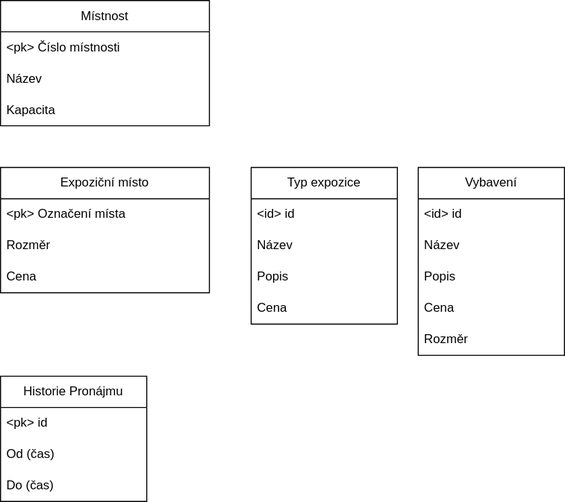
The draw.io diagram Galerie_Projekt/Galerie_Projekt.drawio.svg in adstrafe/IUS, before a commit. Source tidied: cells renumbered, new cells last; positions are measured from the earlier drawing's top-left corner, leaving out a move shared by most shapes.
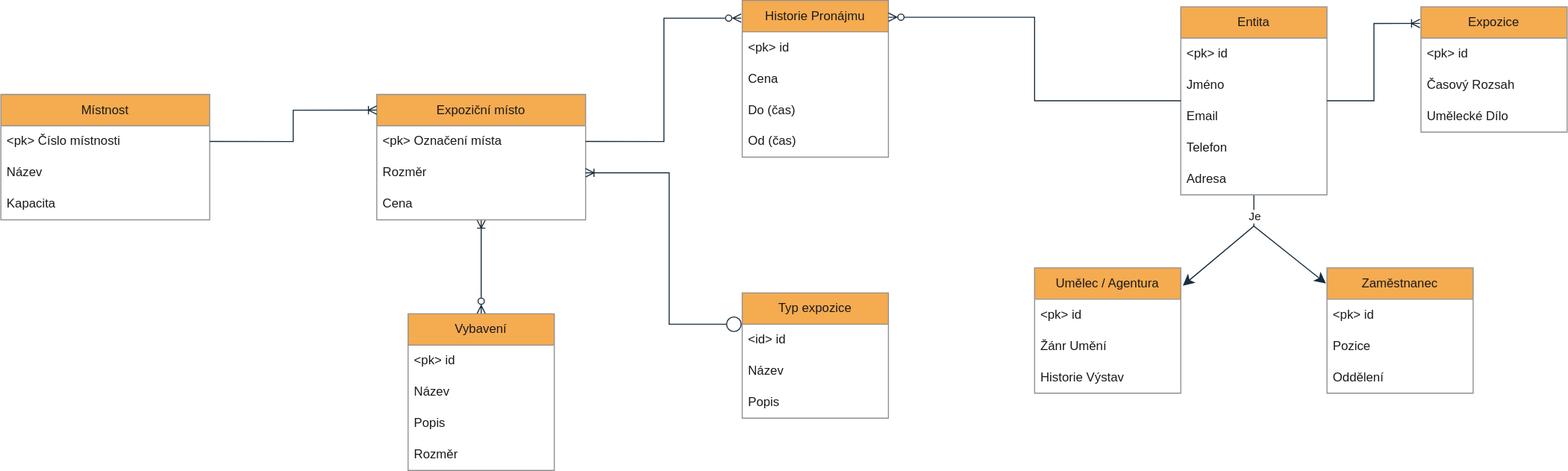
After the commit.

The edit, as a diff of the source:
```diff
@@ -2,74 +2,166 @@
   <root>
     <mxCell id="0" />
     <mxCell id="1" parent="0" />
-    <mxCell id="2" value="Místnost" style="swimlane;fontStyle=0;horizontal=1;startSize=30;whiteSpace=wrap;html=1;" parent="1" vertex="1">
-      <mxGeometry width="200" height="120" as="geometry" />
+    <mxCell id="2" value="Místnost" style="swimlane;fontStyle=0;horizontal=1;startSize=30;whiteSpace=wrap;html=1;labelBackgroundColor=none;fillColor=#F5AB50;strokeColor=#909090;fontColor=#1A1A1A;" parent="1" vertex="1">
+      <mxGeometry x="-840" y="403.9" width="200" height="120" as="geometry" />
     </mxCell>
-    <mxCell id="3" value="&amp;lt;pk&amp;gt; Číslo místnosti" style="text;strokeColor=none;fillColor=none;align=left;verticalAlign=middle;spacingLeft=4;spacingRight=4;overflow=hidden;points=[[0,0.5],[1,0.5]];portConstraint=eastwest;whiteSpace=wrap;html=1;" parent="2" vertex="1">
+    <mxCell id="3" value="&amp;lt;pk&amp;gt; Číslo místnosti" style="text;strokeColor=none;fillColor=none;align=left;verticalAlign=middle;spacingLeft=4;spacingRight=4;overflow=hidden;points=[[0,0.5],[1,0.5]];portConstraint=eastwest;whiteSpace=wrap;html=1;labelBackgroundColor=none;fontColor=#1A1A1A;" parent="2" vertex="1">
       <mxGeometry y="30" width="200" height="30" as="geometry" />
     </mxCell>
-    <mxCell id="4" value="Název" style="text;strokeColor=none;fillColor=none;align=left;verticalAlign=middle;spacingLeft=4;spacingRight=4;overflow=hidden;whiteSpace=wrap;html=1;" parent="2" vertex="1">
+    <mxCell id="4" value="Název" style="text;strokeColor=none;fillColor=none;align=left;verticalAlign=middle;spacingLeft=4;spacingRight=4;overflow=hidden;whiteSpace=wrap;html=1;labelBackgroundColor=none;fontColor=#1A1A1A;" parent="2" vertex="1">
       <mxGeometry y="60" width="200" height="30" as="geometry" />
     </mxCell>
-    <mxCell id="5" value="Kapacita" style="text;strokeColor=none;fillColor=none;align=left;verticalAlign=middle;spacingLeft=4;spacingRight=4;overflow=hidden;whiteSpace=wrap;html=1;" parent="2" vertex="1">
+    <mxCell id="5" value="Kapacita" style="text;strokeColor=none;fillColor=none;align=left;verticalAlign=middle;spacingLeft=4;spacingRight=4;overflow=hidden;whiteSpace=wrap;html=1;labelBackgroundColor=none;fontColor=#1A1A1A;" parent="2" vertex="1">
       <mxGeometry y="90" width="200" height="30" as="geometry" />
     </mxCell>
+    <mxCell id="25" style="edgeStyle=orthogonalEdgeStyle;rounded=0;jettySize=auto;html=1;entryX=0.5;entryY=0;entryDx=0;entryDy=0;strokeColor=#182E3E;fontColor=#1A1A1A;startArrow=ERoneToMany;startFill=0;endArrow=ERzeroToMany;endFill=0;" parent="1" edge="1" source="6" target="15">
+      <mxGeometry relative="1" as="geometry" />
+    </mxCell>
-    <mxCell id="6" value="Expoziční místo" style="swimlane;fontStyle=0;horizontal=1;startSize=30;whiteSpace=wrap;html=1;" parent="1" vertex="1">
-      <mxGeometry y="160" width="200" height="120" as="geometry" />
+    <mxCell id="6" value="Expoziční místo" style="swimlane;fontStyle=0;horizontal=1;startSize=30;whiteSpace=wrap;html=1;labelBackgroundColor=none;fillColor=#F5AB50;strokeColor=#909090;fontColor=#1A1A1A;" parent="1" vertex="1">
+      <mxGeometry x="-480" y="403.9" width="200" height="120" as="geometry" />
     </mxCell>
-    <mxCell id="7" value="&amp;lt;pk&amp;gt; Označení místa" style="text;strokeColor=none;fillColor=none;align=left;verticalAlign=middle;spacingLeft=4;spacingRight=4;overflow=hidden;points=[[0,0.5],[1,0.5]];portConstraint=eastwest;whiteSpace=wrap;html=1;" parent="6" vertex="1">
+    <mxCell id="7" value="&amp;lt;pk&amp;gt; Označení místa" style="text;strokeColor=none;fillColor=none;align=left;verticalAlign=middle;spacingLeft=4;spacingRight=4;overflow=hidden;points=[[0,0.5],[1,0.5]];portConstraint=eastwest;whiteSpace=wrap;html=1;labelBackgroundColor=none;fontColor=#1A1A1A;" parent="6" vertex="1">
       <mxGeometry y="30" width="200" height="30" as="geometry" />
     </mxCell>
-    <mxCell id="8" value="Rozměr" style="text;strokeColor=none;fillColor=none;align=left;verticalAlign=middle;spacingLeft=4;spacingRight=4;overflow=hidden;points=[[0,0.5],[1,0.5]];portConstraint=eastwest;whiteSpace=wrap;html=1;" parent="6" vertex="1">
+    <mxCell id="8" value="Rozměr" style="text;strokeColor=none;fillColor=none;align=left;verticalAlign=middle;spacingLeft=4;spacingRight=4;overflow=hidden;points=[[0,0.5],[1,0.5]];portConstraint=eastwest;whiteSpace=wrap;html=1;labelBackgroundColor=none;fontColor=#1A1A1A;" parent="6" vertex="1">
       <mxGeometry y="60" width="200" height="30" as="geometry" />
     </mxCell>
-    <mxCell id="9" value="Cena" style="text;strokeColor=none;fillColor=none;align=left;verticalAlign=middle;spacingLeft=4;spacingRight=4;overflow=hidden;whiteSpace=wrap;html=1;" parent="6" vertex="1">
+    <mxCell id="9" value="Cena" style="text;strokeColor=none;fillColor=none;align=left;verticalAlign=middle;spacingLeft=4;spacingRight=4;overflow=hidden;whiteSpace=wrap;html=1;labelBackgroundColor=none;fontColor=#1A1A1A;" parent="6" vertex="1">
       <mxGeometry y="90" width="200" height="30" as="geometry" />
     </mxCell>
-    <mxCell id="10" value="Typ expozice" style="swimlane;fontStyle=0;horizontal=1;startSize=30;whiteSpace=wrap;html=1;" parent="1" vertex="1">
-      <mxGeometry x="240" y="160" width="140" height="150" as="geometry" />
+    <mxCell id="10" value="Typ expozice" style="swimlane;fontStyle=0;horizontal=1;startSize=30;whiteSpace=wrap;html=1;labelBackgroundColor=none;fillColor=#F5AB50;strokeColor=#909090;fontColor=#1A1A1A;" parent="1" vertex="1">
+      <mxGeometry x="-130" y="594" width="140" height="120" as="geometry" />
     </mxCell>
-    <mxCell id="11" value="&amp;lt;id&amp;gt; id" style="text;strokeColor=none;fillColor=none;align=left;verticalAlign=middle;spacingLeft=4;spacingRight=4;overflow=hidden;whiteSpace=wrap;html=1;" parent="10" vertex="1">
+    <mxCell id="11" value="&amp;lt;id&amp;gt; id" style="text;strokeColor=none;fillColor=none;align=left;verticalAlign=middle;spacingLeft=4;spacingRight=4;overflow=hidden;whiteSpace=wrap;html=1;labelBackgroundColor=none;fontColor=#1A1A1A;" parent="10" vertex="1">
       <mxGeometry y="30" width="140" height="30" as="geometry" />
     </mxCell>
-    <mxCell id="12" value="N&lt;span style=&quot;background-color: initial;&quot;&gt;ázev&lt;/span&gt;" style="text;strokeColor=none;fillColor=none;align=left;verticalAlign=middle;spacingLeft=4;spacingRight=4;overflow=hidden;whiteSpace=wrap;html=1;" parent="10" vertex="1">
+    <mxCell id="12" value="N&lt;span style=&quot;background-color: initial;&quot;&gt;ázev&lt;/span&gt;" style="text;strokeColor=none;fillColor=none;align=left;verticalAlign=middle;spacingLeft=4;spacingRight=4;overflow=hidden;whiteSpace=wrap;html=1;labelBackgroundColor=none;fontColor=#1A1A1A;" parent="10" vertex="1">
       <mxGeometry y="60" width="140" height="30" as="geometry" />
     </mxCell>
-    <mxCell id="13" value="Popis" style="text;strokeColor=none;fillColor=none;align=left;verticalAlign=middle;spacingLeft=4;spacingRight=4;overflow=hidden;whiteSpace=wrap;html=1;" parent="10" vertex="1">
+    <mxCell id="13" value="Popis" style="text;strokeColor=none;fillColor=none;align=left;verticalAlign=middle;spacingLeft=4;spacingRight=4;overflow=hidden;whiteSpace=wrap;html=1;labelBackgroundColor=none;fontColor=#1A1A1A;" parent="10" vertex="1">
       <mxGeometry y="90" width="140" height="30" as="geometry" />
     </mxCell>
-    <mxCell id="14" value="Cena" style="text;strokeColor=none;fillColor=none;align=left;verticalAlign=middle;spacingLeft=4;spacingRight=4;overflow=hidden;whiteSpace=wrap;html=1;" parent="10" vertex="1">
-      <mxGeometry y="120" width="140" height="30" as="geometry" />
-    </mxCell>
-    <mxCell id="15" value="Vybavení" style="swimlane;fontStyle=0;horizontal=1;startSize=30;whiteSpace=wrap;html=1;" parent="1" vertex="1">
-      <mxGeometry x="400" y="160" width="140" height="180" as="geometry" />
+    <mxCell id="15" value="Vybavení" style="swimlane;fontStyle=0;horizontal=1;startSize=30;whiteSpace=wrap;html=1;labelBackgroundColor=none;fillColor=#F5AB50;strokeColor=#909090;fontColor=#1A1A1A;" parent="1" vertex="1">
+      <mxGeometry x="-450" y="614" width="140" height="150" as="geometry" />
     </mxCell>
-    <mxCell id="16" value="&amp;lt;id&amp;gt; id" style="text;strokeColor=none;fillColor=none;align=left;verticalAlign=middle;spacingLeft=4;spacingRight=4;overflow=hidden;whiteSpace=wrap;html=1;" parent="15" vertex="1">
+    <mxCell id="16" value="&amp;lt;pk&amp;gt; id" style="text;strokeColor=none;fillColor=none;align=left;verticalAlign=middle;spacingLeft=4;spacingRight=4;overflow=hidden;whiteSpace=wrap;html=1;labelBackgroundColor=none;fontColor=#1A1A1A;" parent="15" vertex="1">
       <mxGeometry y="30" width="140" height="30" as="geometry" />
     </mxCell>
-    <mxCell id="17" value="Název" style="text;strokeColor=none;fillColor=none;align=left;verticalAlign=middle;spacingLeft=4;spacingRight=4;overflow=hidden;whiteSpace=wrap;html=1;" parent="15" vertex="1">
+    <mxCell id="17" value="Název" style="text;strokeColor=none;fillColor=none;align=left;verticalAlign=middle;spacingLeft=4;spacingRight=4;overflow=hidden;whiteSpace=wrap;html=1;labelBackgroundColor=none;fontColor=#1A1A1A;" parent="15" vertex="1">
       <mxGeometry y="60" width="140" height="30" as="geometry" />
     </mxCell>
-    <mxCell id="18" value="Popis" style="text;strokeColor=none;fillColor=none;align=left;verticalAlign=middle;spacingLeft=4;spacingRight=4;overflow=hidden;whiteSpace=wrap;html=1;" parent="15" vertex="1">
+    <mxCell id="18" value="Popis" style="text;strokeColor=none;fillColor=none;align=left;verticalAlign=middle;spacingLeft=4;spacingRight=4;overflow=hidden;whiteSpace=wrap;html=1;labelBackgroundColor=none;fontColor=#1A1A1A;" parent="15" vertex="1">
       <mxGeometry y="90" width="140" height="30" as="geometry" />
     </mxCell>
-    <mxCell id="19" value="Cena" style="text;strokeColor=none;fillColor=none;align=left;verticalAlign=middle;spacingLeft=4;spacingRight=4;overflow=hidden;whiteSpace=wrap;html=1;" parent="15" vertex="1">
-      <mxGeometry y="120" width="140" height="30" as="geometry" />
-    </mxCell>
-    <mxCell id="20" value="Rozměr" style="text;strokeColor=none;fillColor=none;align=left;verticalAlign=middle;spacingLeft=4;spacingRight=4;overflow=hidden;whiteSpace=wrap;html=1;" parent="15" vertex="1">
-      <mxGeometry y="150" width="140" height="30" as="geometry" />
+    <mxCell id="20" value="Rozměr" style="text;strokeColor=none;fillColor=none;align=left;verticalAlign=middle;spacingLeft=4;spacingRight=4;overflow=hidden;whiteSpace=wrap;html=1;labelBackgroundColor=none;fontColor=#1A1A1A;" parent="15" vertex="1">
+      <mxGeometry y="120" width="140" height="30" as="geometry" />
     </mxCell>
-    <mxCell id="21" value="Historie Pronájmu" style="swimlane;fontStyle=0;horizontal=1;startSize=30;whiteSpace=wrap;html=1;" parent="1" vertex="1">
-      <mxGeometry y="360" width="140" height="120" as="geometry" />
+    <mxCell id="21" value="Historie Pronájmu" style="swimlane;fontStyle=0;horizontal=1;startSize=30;whiteSpace=wrap;html=1;labelBackgroundColor=none;fillColor=#F5AB50;strokeColor=#909090;fontColor=#1A1A1A;" parent="1" vertex="1">
+      <mxGeometry x="-130" y="313.9" width="140" height="150" as="geometry" />
     </mxCell>
-    <mxCell id="22" value="&amp;lt;pk&amp;gt; id" style="text;strokeColor=none;fillColor=none;align=left;verticalAlign=middle;spacingLeft=4;spacingRight=4;overflow=hidden;whiteSpace=wrap;html=1;" parent="21" vertex="1">
+    <mxCell id="22" value="&amp;lt;pk&amp;gt; id" style="text;strokeColor=none;fillColor=none;align=left;verticalAlign=middle;spacingLeft=4;spacingRight=4;overflow=hidden;whiteSpace=wrap;html=1;labelBackgroundColor=none;fontColor=#1A1A1A;" parent="21" vertex="1">
       <mxGeometry y="30" width="140" height="30" as="geometry" />
     </mxCell>
+    <mxCell id="26" value="Cena" style="text;strokeColor=none;fillColor=none;align=left;verticalAlign=middle;spacingLeft=4;spacingRight=4;overflow=hidden;whiteSpace=wrap;html=1;labelBackgroundColor=none;fontColor=#1A1A1A;" parent="21" vertex="1">
+      <mxGeometry y="60" width="140" height="30" as="geometry" />
+    </mxCell>
+    <mxCell id="24" value="Do (čas)" style="text;strokeColor=none;fillColor=none;align=left;verticalAlign=middle;spacingLeft=4;spacingRight=4;overflow=hidden;whiteSpace=wrap;html=1;labelBackgroundColor=none;fontColor=#1A1A1A;" parent="21" vertex="1">
+      <mxGeometry y="90" width="140" height="30" as="geometry" />
+    </mxCell>
-    <mxCell id="23" value="Od (čas)" style="text;strokeColor=none;fillColor=none;align=left;verticalAlign=middle;spacingLeft=4;spacingRight=4;overflow=hidden;whiteSpace=wrap;html=1;" parent="21" vertex="1">
-      <mxGeometry y="60" width="140" height="30" as="geometry" />
+    <mxCell id="23" value="Od (čas)" style="text;strokeColor=none;fillColor=none;align=left;verticalAlign=middle;spacingLeft=4;spacingRight=4;overflow=hidden;whiteSpace=wrap;html=1;labelBackgroundColor=none;fontColor=#1A1A1A;" parent="21" vertex="1">
+      <mxGeometry y="120" width="140" height="30" as="geometry" />
     </mxCell>
-    <mxCell id="24" value="Do (čas)" style="text;strokeColor=none;fillColor=none;align=left;verticalAlign=middle;spacingLeft=4;spacingRight=4;overflow=hidden;whiteSpace=wrap;html=1;" parent="21" vertex="1">
-      <mxGeometry y="90" width="140" height="30" as="geometry" />
-    </mxCell>
+    <mxCell id="27" value="Umělec / Agentura" style="swimlane;fontStyle=0;horizontal=1;startSize=30;whiteSpace=wrap;html=1;labelBackgroundColor=none;fillColor=#F5AB50;strokeColor=#909090;fontColor=#1A1A1A;" parent="1" vertex="1">
+      <mxGeometry x="150" y="570" width="140" height="120" as="geometry" />
+    </mxCell>
+    <mxCell id="28" value="&amp;lt;pk&amp;gt; id" style="text;strokeColor=none;fillColor=none;align=left;verticalAlign=middle;spacingLeft=4;spacingRight=4;overflow=hidden;whiteSpace=wrap;html=1;labelBackgroundColor=none;fontColor=#1A1A1A;" parent="27" vertex="1">
+      <mxGeometry y="30" width="140" height="30" as="geometry" />
+    </mxCell>
+    <mxCell id="29" value="Žánr Umění" style="text;strokeColor=none;fillColor=none;align=left;verticalAlign=middle;spacingLeft=4;spacingRight=4;overflow=hidden;whiteSpace=wrap;html=1;labelBackgroundColor=none;fontColor=#1A1A1A;" parent="27" vertex="1">
+      <mxGeometry y="60" width="140" height="30" as="geometry" />
+    </mxCell>
+    <mxCell id="30" value="Historie Výstav" style="text;strokeColor=none;fillColor=none;align=left;verticalAlign=middle;spacingLeft=4;spacingRight=4;overflow=hidden;whiteSpace=wrap;html=1;labelBackgroundColor=none;fontColor=#1A1A1A;" parent="27" vertex="1">
+      <mxGeometry y="90" width="140" height="30" as="geometry" />
+    </mxCell>
+    <mxCell id="31" value="Zaměstnanec" style="swimlane;fontStyle=0;horizontal=1;startSize=30;whiteSpace=wrap;html=1;labelBackgroundColor=none;fillColor=#F5AB50;strokeColor=#909090;fontColor=#1A1A1A;" parent="1" vertex="1">
+      <mxGeometry x="430" y="570" width="140" height="120" as="geometry" />
+    </mxCell>
+    <mxCell id="32" value="&amp;lt;pk&amp;gt; id" style="text;strokeColor=none;fillColor=none;align=left;verticalAlign=middle;spacingLeft=4;spacingRight=4;overflow=hidden;whiteSpace=wrap;html=1;labelBackgroundColor=none;fontColor=#1A1A1A;" parent="31" vertex="1">
+      <mxGeometry y="30" width="140" height="30" as="geometry" />
+    </mxCell>
+    <mxCell id="33" value="Pozice" style="text;strokeColor=none;fillColor=none;align=left;verticalAlign=middle;spacingLeft=4;spacingRight=4;overflow=hidden;whiteSpace=wrap;html=1;labelBackgroundColor=none;fontColor=#1A1A1A;" parent="31" vertex="1">
+      <mxGeometry y="60" width="140" height="30" as="geometry" />
+    </mxCell>
+    <mxCell id="34" value="Oddělení" style="text;strokeColor=none;fillColor=none;align=left;verticalAlign=middle;spacingLeft=4;spacingRight=4;overflow=hidden;whiteSpace=wrap;html=1;labelBackgroundColor=none;fontColor=#1A1A1A;" parent="31" vertex="1">
+      <mxGeometry y="90" width="140" height="30" as="geometry" />
+    </mxCell>
+    <mxCell id="35" style="edgeStyle=orthogonalEdgeStyle;rounded=0;jettySize=auto;html=1;strokeColor=#182E3E;fontColor=#1A1A1A;endArrow=none;endFill=0;" parent="1" edge="1" source="37">
+      <mxGeometry relative="1" as="geometry">
+        <mxPoint x="360" y="530" as="targetPoint" />
+      </mxGeometry>
+    </mxCell>
+    <mxCell id="36" value="Je" style="edgeLabel;html=1;align=center;verticalAlign=middle;strokeColor=#909090;fontColor=#1A1A1A;fillColor=#F5AB50;" parent="35" vertex="1">
+      <mxGeometry x="0.41" relative="1" as="geometry">
+        <mxPoint y="-1" as="offset" />
+      </mxGeometry>
+    </mxCell>
+    <mxCell id="37" value="Entita" style="swimlane;fontStyle=0;horizontal=1;startSize=30;whiteSpace=wrap;html=1;labelBackgroundColor=none;fillColor=#F5AB50;strokeColor=#909090;fontColor=#1A1A1A;" parent="1" vertex="1">
+      <mxGeometry x="290" y="320" width="140" height="180" as="geometry" />
+    </mxCell>
+    <mxCell id="38" value="&amp;lt;pk&amp;gt; id" style="text;strokeColor=none;fillColor=none;align=left;verticalAlign=middle;spacingLeft=4;spacingRight=4;overflow=hidden;whiteSpace=wrap;html=1;labelBackgroundColor=none;fontColor=#1A1A1A;" parent="37" vertex="1">
+      <mxGeometry y="30" width="140" height="30" as="geometry" />
+    </mxCell>
+    <mxCell id="39" value="Jméno" style="text;strokeColor=none;fillColor=none;align=left;verticalAlign=middle;spacingLeft=4;spacingRight=4;overflow=hidden;whiteSpace=wrap;html=1;labelBackgroundColor=none;fontColor=#1A1A1A;" parent="37" vertex="1">
+      <mxGeometry y="60" width="140" height="30" as="geometry" />
+    </mxCell>
+    <mxCell id="40" value="Email" style="text;strokeColor=none;fillColor=none;align=left;verticalAlign=middle;spacingLeft=4;spacingRight=4;overflow=hidden;whiteSpace=wrap;html=1;labelBackgroundColor=none;fontColor=#1A1A1A;" parent="37" vertex="1">
+      <mxGeometry y="90" width="140" height="30" as="geometry" />
+    </mxCell>
+    <mxCell id="41" value="Telefon" style="text;strokeColor=none;fillColor=none;align=left;verticalAlign=middle;spacingLeft=4;spacingRight=4;overflow=hidden;whiteSpace=wrap;html=1;labelBackgroundColor=none;fontColor=#1A1A1A;" parent="37" vertex="1">
+      <mxGeometry y="120" width="140" height="30" as="geometry" />
+    </mxCell>
+    <mxCell id="42" value="Adresa" style="text;strokeColor=none;fillColor=none;align=left;verticalAlign=middle;spacingLeft=4;spacingRight=4;overflow=hidden;whiteSpace=wrap;html=1;labelBackgroundColor=none;fontColor=#1A1A1A;" parent="37" vertex="1">
+      <mxGeometry y="150" width="140" height="30" as="geometry" />
+    </mxCell>
+    <mxCell id="43" value="Expozice" style="swimlane;fontStyle=0;horizontal=1;startSize=30;whiteSpace=wrap;html=1;labelBackgroundColor=none;fillColor=#F5AB50;strokeColor=#909090;fontColor=#1A1A1A;" parent="1" vertex="1">
+      <mxGeometry x="520" y="320" width="140" height="120" as="geometry" />
+    </mxCell>
+    <mxCell id="44" value="&amp;lt;pk&amp;gt; id" style="text;strokeColor=none;fillColor=none;align=left;verticalAlign=middle;spacingLeft=4;spacingRight=4;overflow=hidden;whiteSpace=wrap;html=1;labelBackgroundColor=none;fontColor=#1A1A1A;" parent="43" vertex="1">
+      <mxGeometry y="30" width="140" height="30" as="geometry" />
+    </mxCell>
+    <mxCell id="45" value="Časový Rozsah" style="text;strokeColor=none;fillColor=none;align=left;verticalAlign=middle;spacingLeft=4;spacingRight=4;overflow=hidden;whiteSpace=wrap;html=1;labelBackgroundColor=none;fontColor=#1A1A1A;" parent="43" vertex="1">
+      <mxGeometry y="60" width="140" height="30" as="geometry" />
+    </mxCell>
+    <mxCell id="46" value="Umělecké Dílo" style="text;strokeColor=none;fillColor=none;align=left;verticalAlign=middle;spacingLeft=4;spacingRight=4;overflow=hidden;whiteSpace=wrap;html=1;labelBackgroundColor=none;fontColor=#1A1A1A;" parent="43" vertex="1">
+      <mxGeometry y="90" width="140" height="30" as="geometry" />
+    </mxCell>
+    <mxCell id="47" style="edgeStyle=orthogonalEdgeStyle;rounded=0;jettySize=auto;html=1;exitX=1;exitY=0.5;exitDx=0;exitDy=0;entryX=0;entryY=0.125;entryDx=0;entryDy=0;entryPerimeter=0;endArrow=ERoneToMany;endFill=0;labelBackgroundColor=none;strokeColor=#182E3E;fontColor=default;" parent="1" edge="1" source="3" target="6">
+      <mxGeometry relative="1" as="geometry" />
+    </mxCell>
+    <mxCell id="48" style="edgeStyle=orthogonalEdgeStyle;rounded=0;jettySize=auto;html=1;exitX=1;exitY=0.5;exitDx=0;exitDy=0;endArrow=ERzeroToMany;endFill=0;labelBackgroundColor=none;strokeColor=#182E3E;fontColor=default;entryX=-0.007;entryY=0.113;entryDx=0;entryDy=0;entryPerimeter=0;" parent="1" edge="1" source="7" target="21">
+      <mxGeometry relative="1" as="geometry" />
+    </mxCell>
+    <mxCell id="49" style="edgeStyle=none;jettySize=auto;html=1;endArrow=classic;startArrow=classic;endSize=8;startSize=8;rounded=0;strokeColor=#182E3E;fontColor=#1A1A1A;exitX=1.014;exitY=0.142;exitDx=0;exitDy=0;exitPerimeter=0;entryX=-0.007;entryY=0.125;entryDx=0;entryDy=0;entryPerimeter=0;" parent="1" edge="1" source="27" target="31">
+      <mxGeometry relative="1" as="geometry">
+        <Array as="points">
+          <mxPoint x="360" y="530" />
+        </Array>
+      </mxGeometry>
+    </mxCell>
+    <mxCell id="50" style="edgeStyle=orthogonalEdgeStyle;rounded=0;jettySize=auto;html=1;exitX=1;exitY=0.5;exitDx=0;exitDy=0;strokeColor=#182E3E;fontColor=#1A1A1A;endArrow=circle;endFill=0;startArrow=ERoneToMany;startFill=0;" parent="1" edge="1" source="8">
+      <mxGeometry relative="1" as="geometry">
+        <mxPoint x="-130" y="624" as="targetPoint" />
+        <Array as="points">
+          <mxPoint x="-200" y="479" />
+          <mxPoint x="-200" y="624" />
+        </Array>
+      </mxGeometry>
+    </mxCell>
+    <mxCell id="51" style="edgeStyle=orthogonalEdgeStyle;rounded=0;jettySize=auto;html=1;entryX=-0.007;entryY=0.133;entryDx=0;entryDy=0;entryPerimeter=0;strokeColor=#182E3E;fontColor=#1A1A1A;endArrow=ERoneToMany;endFill=0;" parent="1" edge="1" source="37" target="43">
+      <mxGeometry relative="1" as="geometry" />
+    </mxCell>
+    <mxCell id="52" style="edgeStyle=orthogonalEdgeStyle;rounded=0;jettySize=auto;html=1;entryX=1;entryY=0.107;entryDx=0;entryDy=0;entryPerimeter=0;strokeColor=#182E3E;fontColor=#1A1A1A;endArrow=ERzeroToMany;endFill=0;" parent="1" edge="1" source="37" target="21">
+      <mxGeometry relative="1" as="geometry" />
+    </mxCell>
   </root>
 </mxGraphModel>
```
